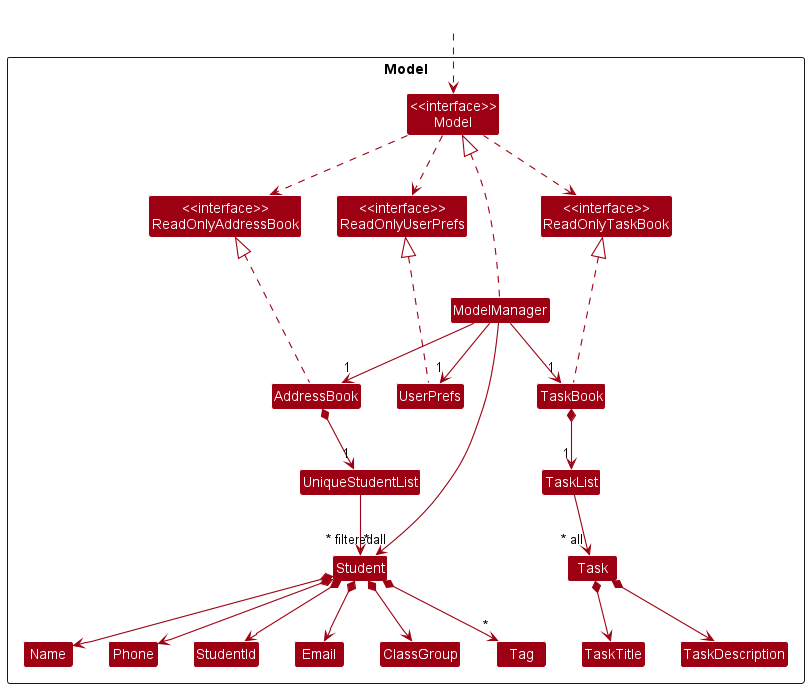
Above: docs/images/ModelClassDiagram.png in nus-cs2103-AY2223S1/tp (PlantUML), before the change.
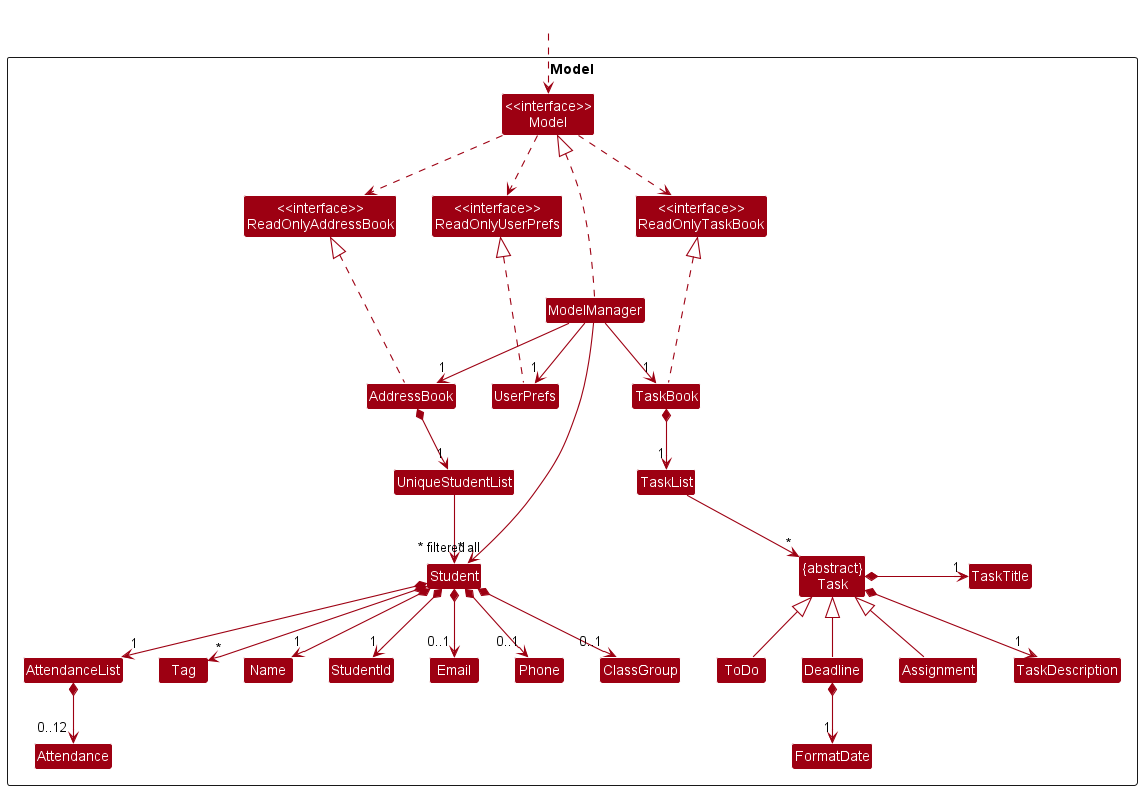
The same diagram one commit later.

What changed in the source:
```diff
@@ -16,16 +16,22 @@
 
 Class UniqueStudentList
 Class Student
+Class Name
 Class StudentId
 Class Email
+Class Phone
 Class ClassGroup
-Class Name
-Class Phone
+Class AttendanceList
+Class Attendance
 Class Tag
 
-Class Task
+Class "{abstract}\nTask" as Task
+Class ToDo
+Class Deadline
+Class Assignment
 Class TaskTitle
 Class TaskDescription
+Class FormatDate
 Class TaskList
 }
 
@@ -46,17 +52,26 @@
 
 AddressBook *--> "1" UniqueStudentList
 UniqueStudentList --> "~* all" Student
-Student *--> Name
-Student *--> Phone
-Student *--> Email
-Student *--> ClassGroup
-Student *--> StudentId
+Student *--> "1" Name
+Student *--> "1" StudentId
+Student *--> "0..1" Phone
+Student *--> "0..1" Email
+Student *--> "0..1" ClassGroup
 Student *--> "*" Tag
+Student *--> "1" AttendanceList
+AttendanceList *--> "0..12" Attendance
 
 TaskBook *--> "1" TaskList
-TaskList --> "~* all" Task
-Task *--> TaskTitle
-Task *--> TaskDescription
+TaskList --> "~*" Task
+ToDo -up-|> Task
+Deadline -up-|> Task
+Assignment -up-|> Task
+
+Deadline *--> "1" FormatDate
+Task *-right-> "1" TaskTitle
+Task *-right-> "1" TaskDescription
+
+
 
 ReadOnlyAddressBook -[hidden]right> ReadOnlyUserPrefs
 ReadOnlyUserPrefs -[hidden]right-> ReadOnlyTaskBook
@@ -64,16 +79,22 @@
 AddressBook -[hidden]right> UserPrefs
 UserPrefs -[hidden]right-> TaskBook
 
-Name -[hidden]right-> Phone
+Name -[hidden]right-> StudentId
 StudentId -[hidden]right-> Email
-Email -[hidden]right-> ClassGroup
-ClassGroup -[hidden]right-> Tag
+Email -[hidden]right-> Phone
+Phone -[hidden]right-> ClassGroup
+AttendanceList -[hidden]right-> Tag
+ClassGroup -[hidden]right-> AttendanceList
 
-TaskTitle -[hidden]right-> TaskDescription
+Tag -[hidden]right-> ToDo
+
+TaskTitle -[hidden]down-> TaskDescription
 
 TaskList -[hidden]right-> UniqueStudentList
-Task -[hidden]right-> Student
-TaskDescription -[hidden]right-> Name
+Task -[hidden]left-> Student
+
+ToDo -[hidden]right-> Deadline
+Deadline -[hidden]right-> Assignment
 
 ModelManager -->"~* filtered" Student
 @enduml
```
